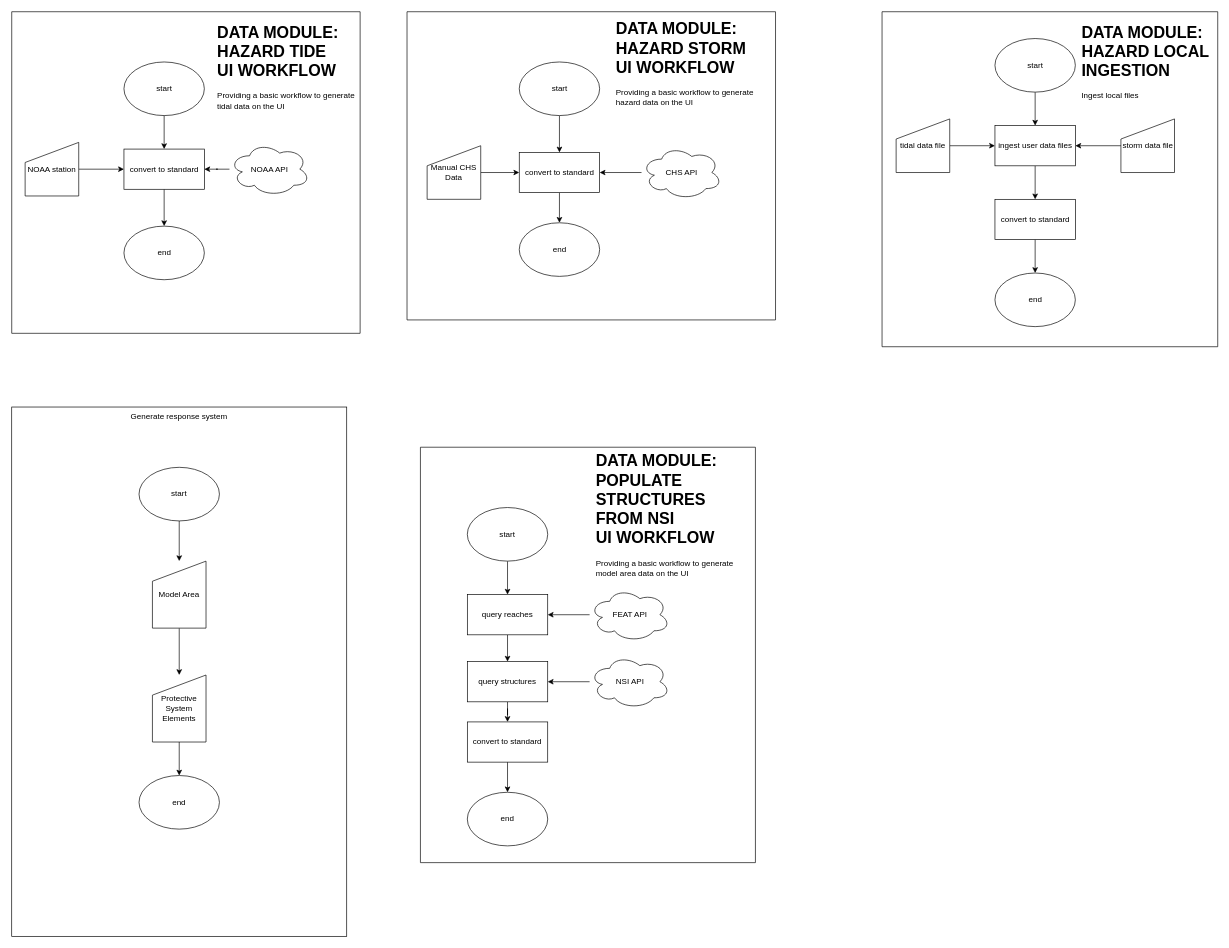
The draw.io diagram page "modules" (2 of 3) of FEAT-functionality-flow.drawio in USACE/chart-docs, before the edit. Source tidied: cells renumbered, new cells numbered last; positions are measured from the earlier drawing's top-left corner, leaving out a move shared by most shapes. Both pictures are drawn from the tidied source at 67%, with x=0, y=0 at pixel (11, 11).
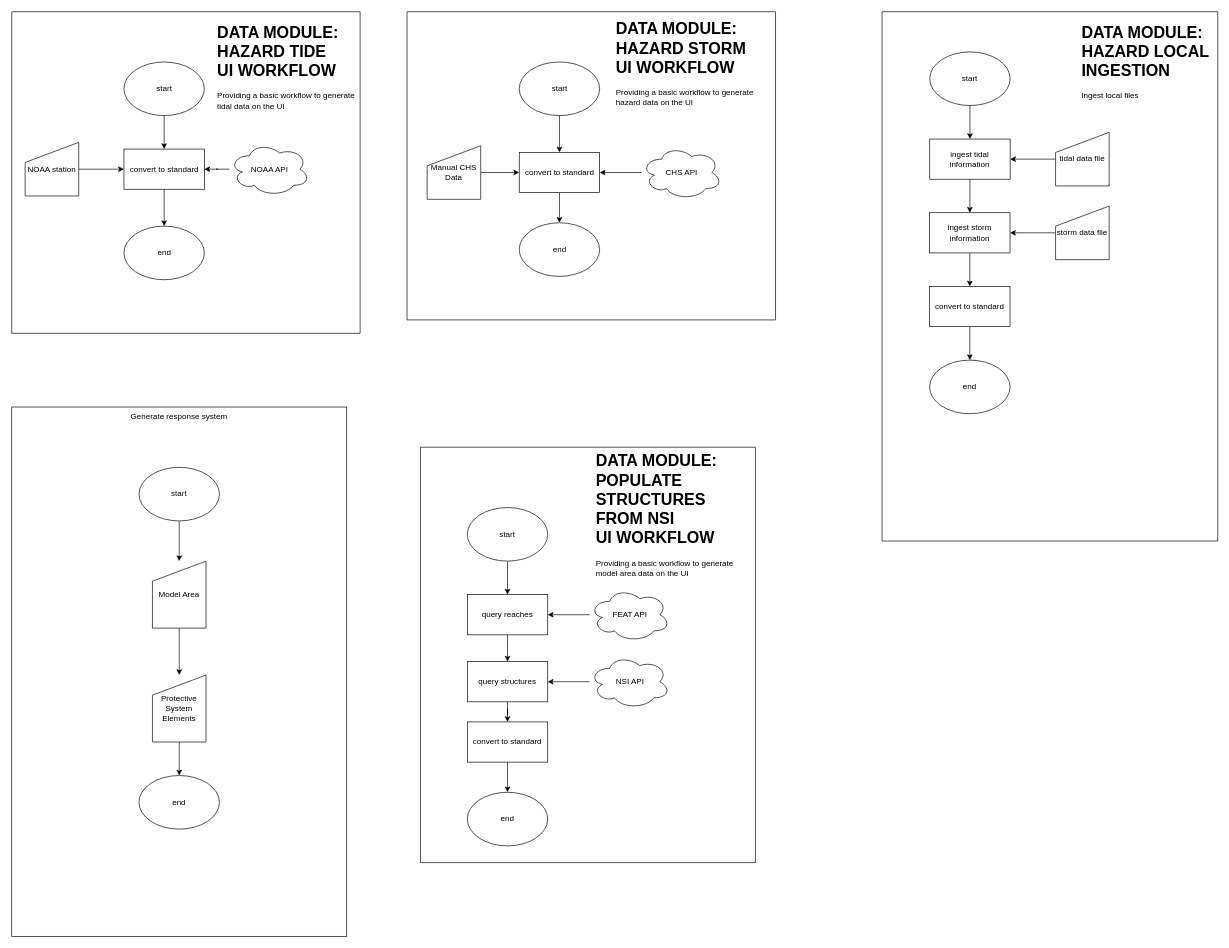
The same diagram, later.

Diff of the diagram source:
```diff
@@
     <mxCell id="15" style="swimlane;startSize=0;" parent="1" vertex="1">
-      <mxGeometry x="1299" width="501" height="500" as="geometry" />
+      <mxGeometry x="1299" width="501" height="790" as="geometry" />
     </mxCell>
-    <mxCell id="16" style="edgeStyle=orthogonalEdgeStyle;rounded=0;jettySize=auto;html=1;" parent="15" edge="1" source="17" target="24">
-      <mxGeometry relative="1" as="geometry" />
-    </mxCell>
+    <mxCell id="67" style="edgeStyle=orthogonalEdgeStyle;rounded=0;jettySize=auto;html=1;" parent="15" edge="1" source="17" target="70">
+      <mxGeometry relative="1" as="geometry" />
+    </mxCell>
     <mxCell id="17" value="tidal data file" style="shape=manualInput;whiteSpace=wrap;html=1;" parent="15" vertex="1">
-      <mxGeometry x="21" y="160" width="80" height="80" as="geometry" />
+      <mxGeometry x="259" y="180" width="80" height="80" as="geometry" />
     </mxCell>
@@
     <mxCell id="19" value="storm data file" style="shape=manualInput;whiteSpace=wrap;html=1;" parent="15" vertex="1">
-      <mxGeometry x="356.5" y="160" width="80" height="80" as="geometry" />
+      <mxGeometry x="259" y="290" width="80" height="80" as="geometry" />
     </mxCell>
-    <mxCell id="20" style="edgeStyle=orthogonalEdgeStyle;rounded=0;jettySize=auto;html=1;" parent="15" edge="1" source="21" target="24">
-      <mxGeometry relative="1" as="geometry" />
-    </mxCell>
+    <mxCell id="68" style="edgeStyle=orthogonalEdgeStyle;rounded=0;jettySize=auto;html=1;" parent="15" edge="1" source="21" target="70">
+      <mxGeometry relative="1" as="geometry" />
+    </mxCell>
     <mxCell id="21" value="start" style="ellipse;whiteSpace=wrap;html=1;" parent="15" vertex="1">
-      <mxGeometry x="168.5" y="40" width="120" height="80" as="geometry" />
+      <mxGeometry x="71.2" y="60" width="120" height="80" as="geometry" />
     </mxCell>
     <mxCell id="22" value="end" style="ellipse;whiteSpace=wrap;html=1;" parent="15" vertex="1">
-      <mxGeometry x="168.5" y="390" width="120" height="80" as="geometry" />
+      <mxGeometry x="71" y="520" width="120" height="80" as="geometry" />
     </mxCell>
@@
-    <mxCell id="24" value="ingest user data files" style="rounded=0;whiteSpace=wrap;html=1;" parent="15" vertex="1">
-      <mxGeometry x="168.5" y="170" width="120" height="60" as="geometry" />
+    <mxCell id="24" value="ingest storm information" style="rounded=0;whiteSpace=wrap;html=1;" parent="15" vertex="1">
+      <mxGeometry x="71" y="300" width="120" height="60" as="geometry" />
     </mxCell>
@@
     <mxCell id="27" value="convert to standard" style="rounded=0;whiteSpace=wrap;html=1;" parent="15" vertex="1">
-      <mxGeometry x="168.5" y="280" width="120" height="60" as="geometry" />
+      <mxGeometry x="71" y="410" width="120" height="60" as="geometry" />
     </mxCell>
+    <mxCell id="69" style="edgeStyle=orthogonalEdgeStyle;rounded=0;jettySize=auto;html=1;" parent="15" edge="1" source="70" target="24">
+      <mxGeometry relative="1" as="geometry" />
+    </mxCell>
+    <mxCell id="70" value="ingest tidal information" style="rounded=0;whiteSpace=wrap;html=1;" parent="15" vertex="1">
+      <mxGeometry x="71.2" y="190" width="120" height="60" as="geometry" />
+    </mxCell>
```
